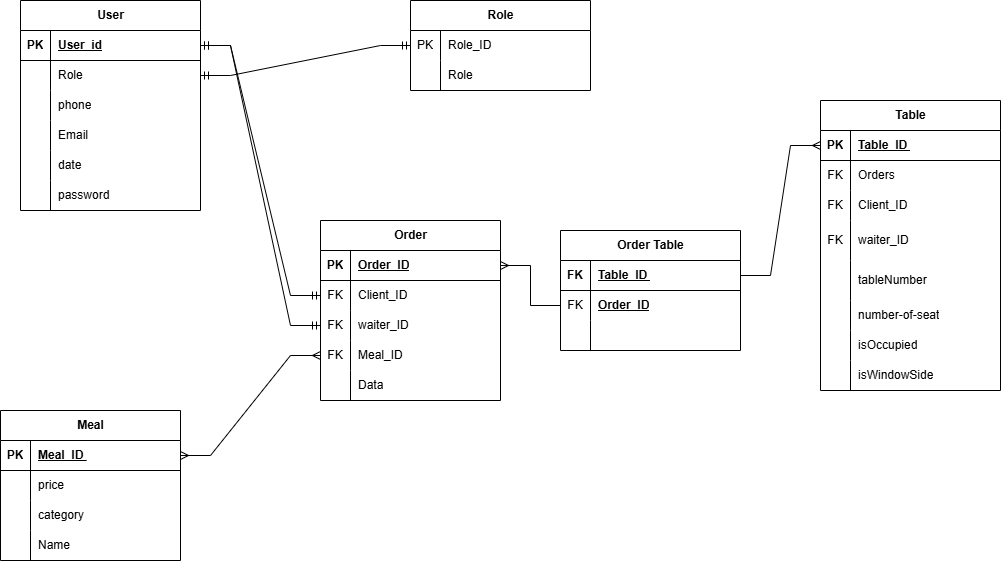
Before: Diagrams/ERD5.drawio.png, a diagram exported from draw.io (EyasSh/Resturant). Source tidied: cells renumbered, new cells last; positions are measured from the earlier drawing's top-left corner, leaving out a move shared by most shapes.
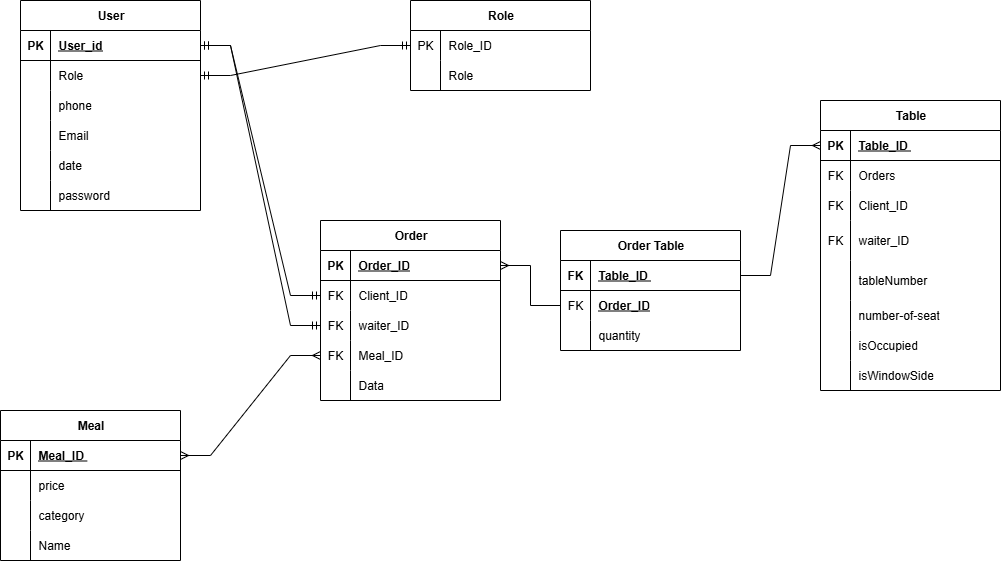
Later version of the same file.

What changed in the source:
```diff
@@ -261,7 +261,7 @@
     <mxCell id="86" style="shape=partialRectangle;fillColor=none;top=0;left=0;bottom=0;right=0;overflow=hidden;whiteSpace=wrap;html=1;" parent="85" vertex="1">
       <mxGeometry width="30" height="30" as="geometry" />
     </mxCell>
-    <mxCell id="87" style="shape=partialRectangle;fillColor=none;top=0;left=0;bottom=0;right=0;align=left;spacingLeft=6;overflow=hidden;whiteSpace=wrap;html=1;" parent="85" vertex="1">
+    <mxCell id="87" value="quantity" style="shape=partialRectangle;fillColor=none;top=0;left=0;bottom=0;right=0;align=left;spacingLeft=6;overflow=hidden;whiteSpace=wrap;html=1;" parent="85" vertex="1">
       <mxGeometry x="30" width="150" height="30" as="geometry" />
     </mxCell>
     <mxCell id="88" style="edgeStyle=entityRelationEdgeStyle;fontSize=12;html=1;endArrow=ERmany;rounded=0;exitX=0;exitY=0.5;exitDx=0;exitDy=0;entryX=1;entryY=0.5;entryDx=0;entryDy=0;" parent="1" edge="1" source="82" target="47">
```
